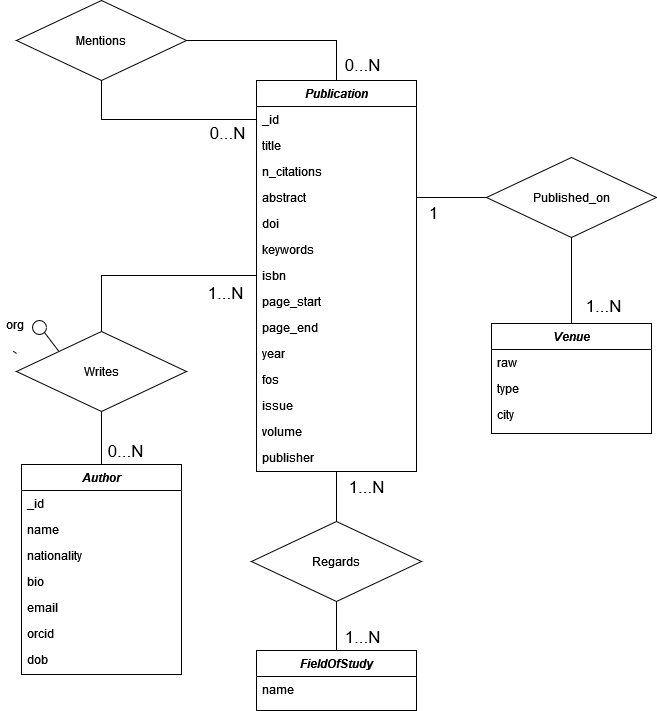
This is Spark/Images/ERSpark.png from neekoo0/SMBUDproject22-23, a draw.io export, as it was before one commit. Source tidied: cells renumbered, new cells last; positions are measured from the earlier drawing's top-left corner, leaving out a move shared by most shapes.
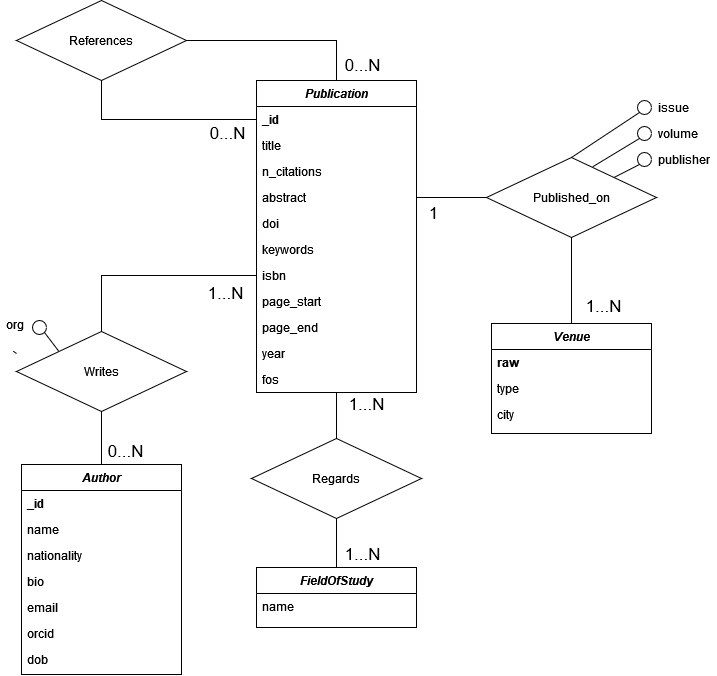
Above is the later version.

Diff of the diagram source:
```diff
@@ -9,9 +9,9 @@
       <mxGeometry relative="1" as="geometry" />
     </mxCell>
     <mxCell id="4" value="Publication" style="swimlane;fontStyle=3;align=center;verticalAlign=top;horizontal=1;startSize=26;rounded=0;shadow=0;strokeWidth=1;" parent="1" vertex="1">
-      <mxGeometry x="256" y="80" width="160" height="391" as="geometry" />
+      <mxGeometry x="256" y="80" width="160" height="312" as="geometry" />
     </mxCell>
-    <mxCell id="5" value="_id" style="text;align=left;verticalAlign=top;spacingLeft=4;spacingRight=4;overflow=hidden;points=[[0,0.5],[1,0.5]];portConstraint=eastwest;" parent="4" vertex="1">
+    <mxCell id="5" value="_id" style="text;align=left;verticalAlign=top;spacingLeft=4;spacingRight=4;overflow=hidden;points=[[0,0.5],[1,0.5]];portConstraint=eastwest;fontStyle=1;" parent="4" vertex="1">
       <mxGeometry y="26" width="160" height="26" as="geometry" />
     </mxCell>
     <mxCell id="6" value="title" style="text;align=left;verticalAlign=top;spacingLeft=4;spacingRight=4;overflow=hidden;rounded=0;shadow=0;html=0;" parent="4" vertex="1">
@@ -44,19 +44,10 @@
     <mxCell id="15" value="fos" style="text;align=left;verticalAlign=top;spacingLeft=4;spacingRight=4;overflow=hidden;rounded=0;shadow=0;html=0;" parent="4" vertex="1">
       <mxGeometry y="286" width="160" height="26" as="geometry" />
     </mxCell>
-    <mxCell id="16" value="issue" style="text;align=left;verticalAlign=top;spacingLeft=4;spacingRight=4;overflow=hidden;rounded=0;shadow=0;html=0;" parent="4" vertex="1">
-      <mxGeometry y="312" width="160" height="26" as="geometry" />
-    </mxCell>
-    <mxCell id="17" value="volume" style="text;align=left;verticalAlign=top;spacingLeft=4;spacingRight=4;overflow=hidden;rounded=0;shadow=0;html=0;" parent="4" vertex="1">
-      <mxGeometry y="338" width="160" height="26" as="geometry" />
-    </mxCell>
-    <mxCell id="18" value="publisher" style="text;align=left;verticalAlign=top;spacingLeft=4;spacingRight=4;overflow=hidden;rounded=0;shadow=0;html=0;" parent="4" vertex="1">
-      <mxGeometry y="364" width="160" height="26" as="geometry" />
-    </mxCell>
     <mxCell id="19" value="Author" style="swimlane;fontStyle=3;align=center;verticalAlign=top;horizontal=1;startSize=26;rounded=0;shadow=0;strokeWidth=1;" parent="1" vertex="1">
       <mxGeometry x="21" y="464" width="160" height="210" as="geometry" />
     </mxCell>
-    <mxCell id="20" value="_id" style="text;align=left;verticalAlign=top;spacingLeft=4;spacingRight=4;overflow=hidden;" parent="19" vertex="1">
+    <mxCell id="20" value="_id" style="text;align=left;verticalAlign=top;spacingLeft=4;spacingRight=4;overflow=hidden;fontStyle=1;" parent="19" vertex="1">
       <mxGeometry y="26" width="160" height="26" as="geometry" />
     </mxCell>
     <mxCell id="21" value="name" style="text;align=left;verticalAlign=top;spacingLeft=4;spacingRight=4;overflow=hidden;rounded=0;shadow=0;html=0;" parent="19" vertex="1">
@@ -78,7 +69,7 @@
       <mxGeometry y="182" width="160" height="26" as="geometry" />
     </mxCell>
     <mxCell id="27" value="FieldOfStudy" style="swimlane;fontStyle=3;align=center;verticalAlign=top;horizontal=1;startSize=26;rounded=0;shadow=0;strokeWidth=1;" parent="1" vertex="1">
-      <mxGeometry x="256" y="650" width="160" height="60" as="geometry" />
+      <mxGeometry x="256" y="567" width="160" height="60" as="geometry" />
     </mxCell>
     <mxCell id="28" value="name" style="text;align=left;verticalAlign=top;spacingLeft=4;spacingRight=4;overflow=hidden;rounded=0;shadow=0;html=0;" parent="27" vertex="1">
       <mxGeometry y="26" width="160" height="26" as="geometry" />
@@ -86,7 +77,7 @@
     <mxCell id="29" value="Venue" style="swimlane;fontStyle=3;align=center;verticalAlign=top;horizontal=1;startSize=26;rounded=0;shadow=0;strokeWidth=1;" parent="1" vertex="1">
       <mxGeometry x="491" y="323" width="160" height="110" as="geometry" />
     </mxCell>
-    <mxCell id="30" value="raw" style="text;align=left;verticalAlign=top;spacingLeft=4;spacingRight=4;overflow=hidden;" parent="29" vertex="1">
+    <mxCell id="30" value="raw" style="text;align=left;verticalAlign=top;spacingLeft=4;spacingRight=4;overflow=hidden;fontStyle=1;" parent="29" vertex="1">
       <mxGeometry y="26" width="160" height="26" as="geometry" />
     </mxCell>
     <mxCell id="31" value="type" style="text;align=left;verticalAlign=top;spacingLeft=4;spacingRight=4;overflow=hidden;rounded=0;shadow=0;html=0;" parent="29" vertex="1">
@@ -98,13 +89,16 @@
     <mxCell id="33" style="edgeStyle=orthogonalEdgeStyle;rounded=0;jettySize=auto;html=1;exitX=0.5;exitY=1;exitDx=0;exitDy=0;endArrow=none;endFill=0;" parent="1" edge="1" source="34" target="29">
       <mxGeometry relative="1" as="geometry" />
     </mxCell>
+    <mxCell id="55" style="rounded=0;jettySize=auto;html=1;exitX=0.5;exitY=0;exitDx=0;exitDy=0;entryX=0;entryY=1;entryDx=0;entryDy=0;endArrow=none;endFill=0;" parent="1" edge="1" source="34" target="56">
+      <mxGeometry relative="1" as="geometry" />
+    </mxCell>
     <mxCell id="34" value="Published_on" style="rhombus;whiteSpace=wrap;html=1;" parent="1" vertex="1">
       <mxGeometry x="486" y="157" width="170" height="80" as="geometry" />
     </mxCell>
     <mxCell id="35" style="edgeStyle=orthogonalEdgeStyle;rounded=0;jettySize=auto;html=1;exitX=0.5;exitY=1;exitDx=0;exitDy=0;entryX=0;entryY=0.5;entryDx=0;entryDy=0;endArrow=none;endFill=0;" parent="1" edge="1" source="36" target="5">
       <mxGeometry relative="1" as="geometry" />
     </mxCell>
-    <mxCell id="36" value="Mentions" style="rhombus;whiteSpace=wrap;html=1;" parent="1" vertex="1">
+    <mxCell id="36" value="References" style="rhombus;whiteSpace=wrap;html=1;" parent="1" vertex="1">
       <mxGeometry x="16" width="170" height="80" as="geometry" />
     </mxCell>
     <mxCell id="37" style="edgeStyle=orthogonalEdgeStyle;rounded=0;jettySize=auto;html=1;exitX=0.5;exitY=1;exitDx=0;exitDy=0;entryX=0.5;entryY=0;entryDx=0;entryDy=0;endArrow=none;endFill=0;" parent="1" edge="1" source="40" target="19">
@@ -129,7 +123,7 @@
       <mxGeometry relative="1" as="geometry" />
     </mxCell>
     <mxCell id="43" value="Regards" style="rhombus;whiteSpace=wrap;html=1;" parent="1" vertex="1">
-      <mxGeometry x="251" y="521" width="170" height="80" as="geometry" />
+      <mxGeometry x="251" y="438" width="170" height="80" as="geometry" />
     </mxCell>
     <mxCell id="44" value="1...N" style="text;html=1;align=center;verticalAlign=middle;strokeColor=none;fillColor=none;fontSize=17;" parent="1" vertex="1">
       <mxGeometry x="573" y="291" width="60" height="30" as="geometry" />
@@ -138,10 +132,10 @@
       <mxGeometry x="195" y="278" width="60" height="30" as="geometry" />
     </mxCell>
     <mxCell id="46" value="1...N" style="text;html=1;align=center;verticalAlign=middle;strokeColor=none;fillColor=none;fontSize=17;" parent="1" vertex="1">
-      <mxGeometry x="332" y="622" width="60" height="30" as="geometry" />
+      <mxGeometry x="332" y="539" width="60" height="30" as="geometry" />
     </mxCell>
     <mxCell id="47" value="1...N" style="text;html=1;align=center;verticalAlign=middle;strokeColor=none;fillColor=none;fontSize=17;" parent="1" vertex="1">
-      <mxGeometry x="336" y="472" width="60" height="30" as="geometry" />
+      <mxGeometry x="336" y="389" width="60" height="30" as="geometry" />
     </mxCell>
     <mxCell id="48" value="0...N" style="text;html=1;align=center;verticalAlign=middle;strokeColor=none;fillColor=none;fontSize=17;" parent="1" vertex="1">
       <mxGeometry x="95" y="436" width="60" height="30" as="geometry" />
@@ -164,5 +158,29 @@
     <mxCell id="54" value="org" style="text;align=left;verticalAlign=top;spacingLeft=4;spacingRight=4;overflow=hidden;rounded=0;shadow=0;html=0;" parent="1" vertex="1">
       <mxGeometry y="311" width="35" height="26" as="geometry" />
     </mxCell>
+    <mxCell id="16" value="issue" style="text;align=left;verticalAlign=top;spacingLeft=4;spacingRight=4;overflow=hidden;rounded=0;shadow=0;html=0;" parent="1" vertex="1">
+      <mxGeometry x="652" y="94" width="44" height="26" as="geometry" />
+    </mxCell>
+    <mxCell id="17" value="volume" style="text;align=left;verticalAlign=top;spacingLeft=4;spacingRight=4;overflow=hidden;rounded=0;shadow=0;html=0;" parent="1" vertex="1">
+      <mxGeometry x="652" y="120" width="54" height="26" as="geometry" />
+    </mxCell>
+    <mxCell id="18" value="publisher" style="text;align=left;verticalAlign=top;spacingLeft=4;spacingRight=4;overflow=hidden;rounded=0;shadow=0;html=0;" parent="1" vertex="1">
+      <mxGeometry x="652" y="146" width="64" height="26" as="geometry" />
+    </mxCell>
+    <mxCell id="56" style="ellipse;whiteSpace=wrap;html=1;" parent="1" vertex="1">
+      <mxGeometry x="637" y="100" width="14" height="14" as="geometry" />
+    </mxCell>
+    <mxCell id="57" style="edgeStyle=none;rounded=0;jettySize=auto;html=1;exitX=0;exitY=1;exitDx=0;exitDy=0;entryX=0.624;entryY=0.117;entryDx=0;entryDy=0;entryPerimeter=0;endArrow=none;endFill=0;" parent="1" edge="1" source="58" target="34">
+      <mxGeometry relative="1" as="geometry" />
+    </mxCell>
+    <mxCell id="58" style="ellipse;whiteSpace=wrap;html=1;" parent="1" vertex="1">
+      <mxGeometry x="637" y="126" width="14" height="14" as="geometry" />
+    </mxCell>
+    <mxCell id="59" style="edgeStyle=none;rounded=0;jettySize=auto;html=1;exitX=0;exitY=1;exitDx=0;exitDy=0;entryX=1;entryY=0;entryDx=0;entryDy=0;endArrow=none;endFill=0;" parent="1" edge="1" source="60" target="34">
+      <mxGeometry relative="1" as="geometry" />
+    </mxCell>
+    <mxCell id="60" style="ellipse;whiteSpace=wrap;html=1;" parent="1" vertex="1">
+      <mxGeometry x="637" y="152" width="14" height="14" as="geometry" />
+    </mxCell>
   </root>
 </mxGraphModel>
```
